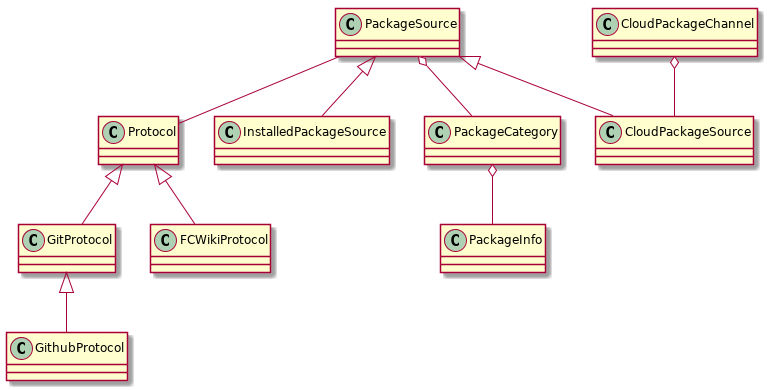
Above: Resources/docs/core-classes.png in mnesarco/FreeCAD_ExtMan (PlantUML), before the change.
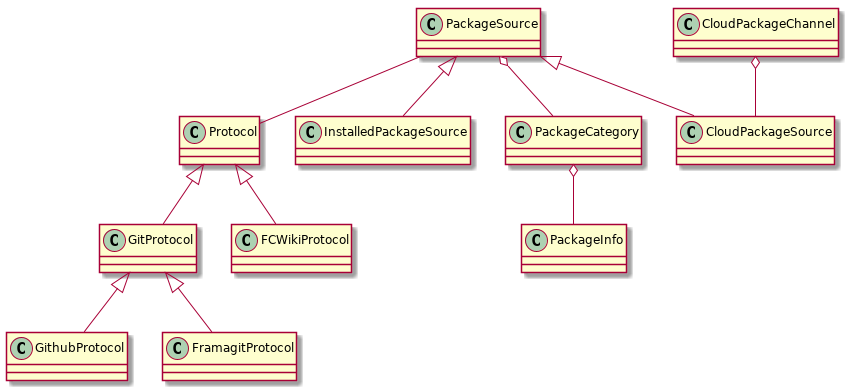
The same file after the commit.

Change to the diagram source:
```diff
@@ -1,6 +1,7 @@
 @startuml
 Protocol <|-- GitProtocol
 GitProtocol <|-- GithubProtocol
+GitProtocol <|-- FramagitProtocol
 Protocol <|-- FCWikiProtocol
 PackageSource <|-- InstalledPackageSource
 PackageSource <|-- CloudPackageSource
```
